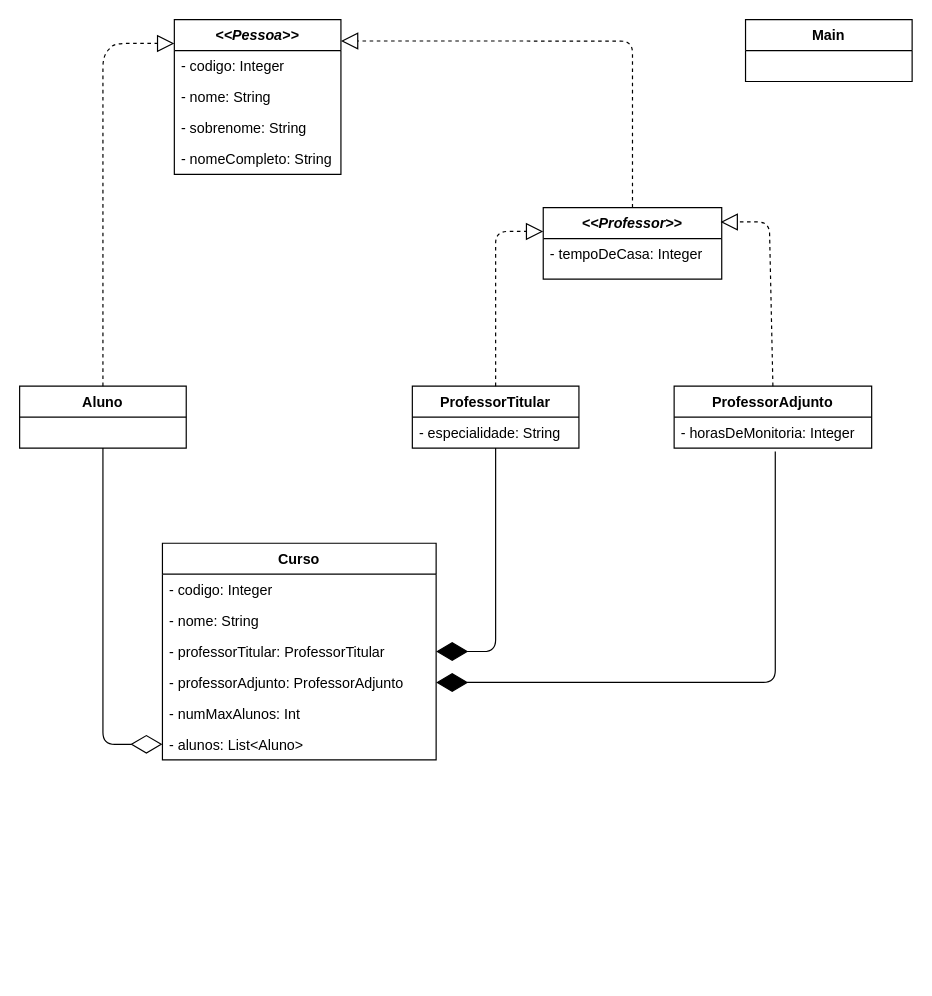
The draw.io diagram Diagrama.drawio in abraaofaco/desafio-oop-kotlin-dh, before the edit. Source tidied: cells renumbered, new cells numbered last; positions are measured from the earlier drawing's top-left corner, leaving out a move shared by most shapes. Both pictures are drawn from the tidied source at 119%, with x=0, y=0 at pixel (19, 19).
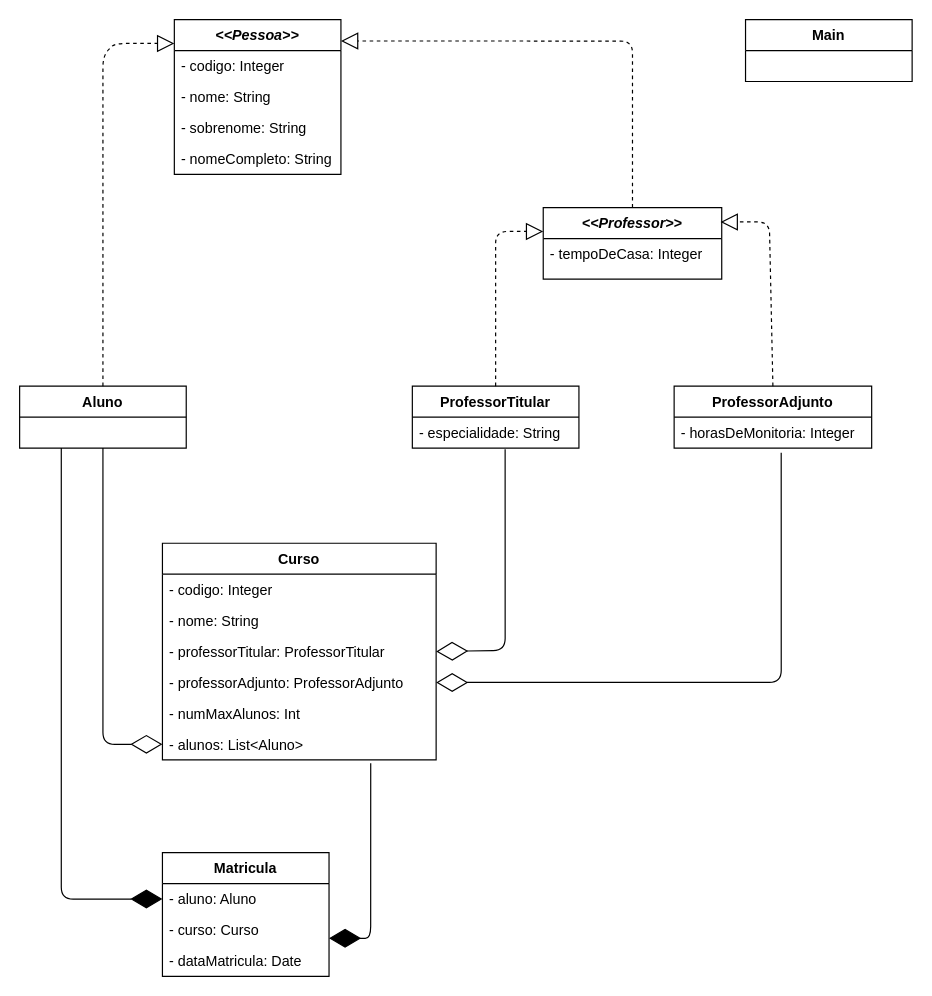
After the change.

Commit message:
Ajusta diagrama de classe

Unchanged cells that the change refers to:
```xml
<mxCell id="15" value="- professorTitular: ProfessorTitular" style="text;strokeColor=none;fillColor=none;align=left;verticalAlign=top;spacingLeft=4;spacingRight=4;overflow=hidden;points=[[0,0.5],[1,0.5]];portConstraint=eastwest;" parent="12" vertex="1">
  <mxGeometry y="78" width="230" height="26" as="geometry" />
</mxCell>
<mxCell id="16" value="- professorAdjunto: ProfessorAdjunto" style="text;strokeColor=none;fillColor=none;align=left;verticalAlign=top;spacingLeft=4;spacingRight=4;overflow=hidden;points=[[0,0.5],[1,0.5]];portConstraint=eastwest;" parent="12" vertex="1">
  <mxGeometry y="104" width="230" height="26" as="geometry" />
</mxCell>
<mxCell id="18" value="- alunos: List&lt;Aluno&gt;" style="text;strokeColor=none;fillColor=none;align=left;verticalAlign=top;spacingLeft=4;spacingRight=4;overflow=hidden;points=[[0,0.5],[1,0.5]];portConstraint=eastwest;" parent="12" vertex="1">
  <mxGeometry y="156" width="230" height="26" as="geometry" />
</mxCell>
<mxCell id="21" value="- especialidade: String" style="text;strokeColor=none;fillColor=none;align=left;verticalAlign=top;spacingLeft=4;spacingRight=4;overflow=hidden;points=[[0,0.5],[1,0.5]];portConstraint=eastwest;" parent="20" vertex="1">
  <mxGeometry y="26" width="140" height="26" as="geometry" />
</mxCell>
<mxCell id="25" value="- horasDeMonitoria: Integer" style="text;strokeColor=none;fillColor=none;align=left;verticalAlign=top;spacingLeft=4;spacingRight=4;overflow=hidden;points=[[0,0.5],[1,0.5]];portConstraint=eastwest;" parent="24" vertex="1">
  <mxGeometry y="26" width="166" height="26" as="geometry" />
</mxCell>
<mxCell id="28" value="Aluno" style="swimlane;fontStyle=1;horizontal=1;startSize=26;fillColor=none;" parent="1" vertex="1">
  <mxGeometry y="308" width="140" height="52" as="geometry" />
</mxCell>
```

The edit, as a diff of the source:
```diff
@@
-    <mxCell id="19" style="endArrow=diamondThin;endFill=1;endSize=24;html=1;entryX=1;entryY=0.5;entryDx=0;entryDy=0;" parent="1" edge="1" source="21" target="15">
-      <mxGeometry relative="1" as="geometry">
-        <Array as="points">
-          <mxPoint x="400" y="531" />
-        </Array>
-      </mxGeometry>
-    </mxCell>
@@
-    <mxCell id="26" style="endArrow=diamondThin;endFill=1;endSize=24;html=1;entryX=1;entryY=0.5;entryDx=0;entryDy=0;exitX=0.512;exitY=1.115;exitDx=0;exitDy=0;exitPerimeter=0;" parent="1" edge="1" source="25" target="16">
-      <mxGeometry relative="1" as="geometry">
-        <Array as="points">
-          <mxPoint x="635" y="557" />
-        </Array>
-      </mxGeometry>
-    </mxCell>
@@
+    <mxCell id="29" value="Matricula" style="swimlane;fontStyle=1;horizontal=1;startSize=26;fillColor=none;" parent="1" vertex="1">
+      <mxGeometry x="120" y="700" width="140" height="104" as="geometry" />
+    </mxCell>
+    <mxCell id="30" value="- aluno: Aluno" style="text;strokeColor=none;fillColor=none;align=left;verticalAlign=top;spacingLeft=4;spacingRight=4;overflow=hidden;points=[[0,0.5],[1,0.5]];portConstraint=eastwest;" parent="29" vertex="1">
+      <mxGeometry y="26" width="140" height="26" as="geometry" />
+    </mxCell>
+    <mxCell id="31" value="- curso: Curso" style="text;strokeColor=none;fillColor=none;align=left;verticalAlign=top;spacingLeft=4;spacingRight=4;overflow=hidden;points=[[0,0.5],[1,0.5]];portConstraint=eastwest;" parent="29" vertex="1">
+      <mxGeometry y="52" width="140" height="26" as="geometry" />
+    </mxCell>
+    <mxCell id="32" value="- dataMatricula: Date" style="text;strokeColor=none;fillColor=none;align=left;verticalAlign=top;spacingLeft=4;spacingRight=4;overflow=hidden;" parent="29" vertex="1">
+      <mxGeometry y="78" width="140" height="26" as="geometry" />
+    </mxCell>
+    <mxCell id="19" style="endArrow=diamondThin;endFill=0;endSize=24;html=1;entryX=1;entryY=0.5;entryDx=0;entryDy=0;exitX=0.557;exitY=1.038;exitDx=0;exitDy=0;exitPerimeter=0;" parent="1" edge="1" source="21" target="15">
+      <mxGeometry relative="1" as="geometry">
+        <Array as="points">
+          <mxPoint x="408" y="530" />
+        </Array>
+      </mxGeometry>
+    </mxCell>
+    <mxCell id="26" style="endArrow=diamondThin;endFill=0;endSize=24;html=1;entryX=1;entryY=0.5;entryDx=0;entryDy=0;exitX=0.542;exitY=1.154;exitDx=0;exitDy=0;exitPerimeter=0;" parent="1" edge="1" source="25" target="16">
+      <mxGeometry relative="1" as="geometry">
+        <Array as="points">
+          <mxPoint x="640" y="557" />
+        </Array>
+      </mxGeometry>
+    </mxCell>
+    <mxCell id="33" style="endArrow=diamondThin;endFill=1;endSize=24;html=1;exitX=0.761;exitY=1.115;exitDx=0;exitDy=0;exitPerimeter=0;entryX=1;entryY=0.769;entryDx=0;entryDy=0;entryPerimeter=0;" parent="1" edge="1" source="18" target="31">
+      <mxGeometry relative="1" as="geometry">
+        <Array as="points">
+          <mxPoint x="295" y="772" />
+        </Array>
+      </mxGeometry>
+    </mxCell>
+    <mxCell id="34" style="endArrow=diamondThin;endFill=1;endSize=24;html=1;exitX=0.25;exitY=1;exitDx=0;exitDy=0;entryX=0;entryY=0.5;entryDx=0;entryDy=0;" parent="1" edge="1" source="28" target="30">
+      <mxGeometry relative="1" as="geometry">
+        <Array as="points">
+          <mxPoint x="35" y="739" />
+        </Array>
+      </mxGeometry>
+    </mxCell>
```
